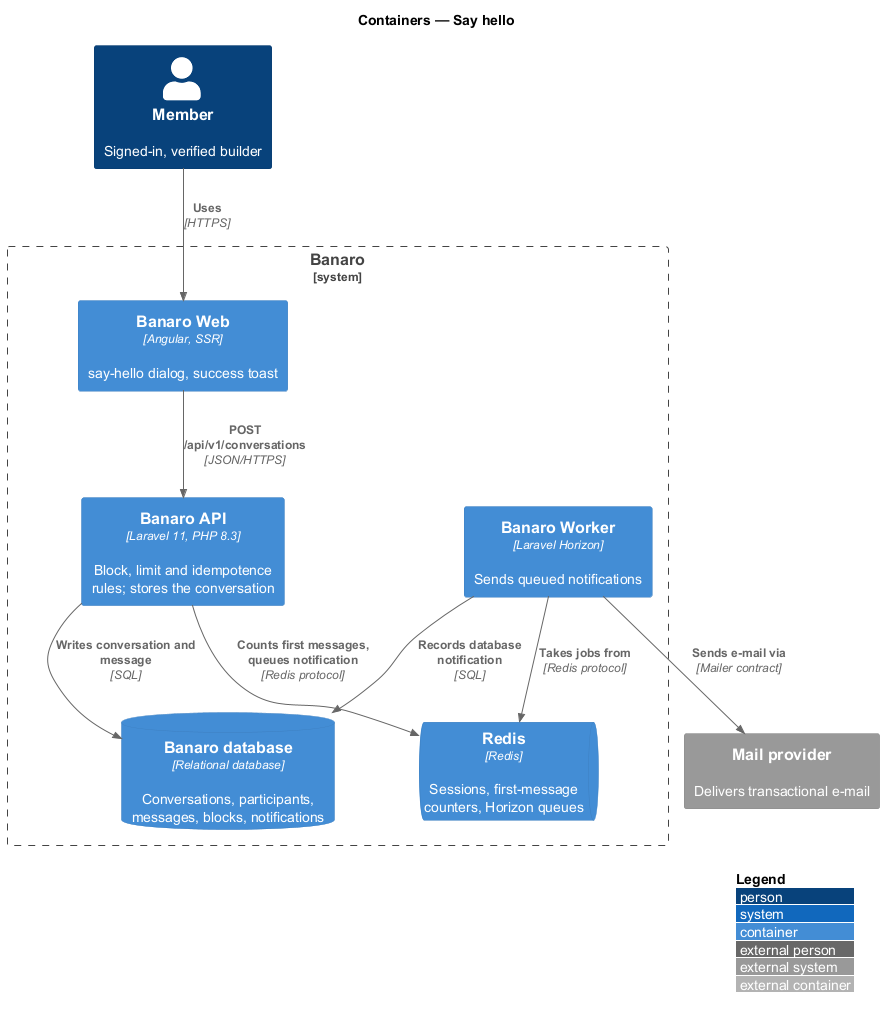
Above: docs/detailed-designs/messaging/say-hello/diagrams/c4-container.png in QuinntyneBrown/banaro (PlantUML), before the change.
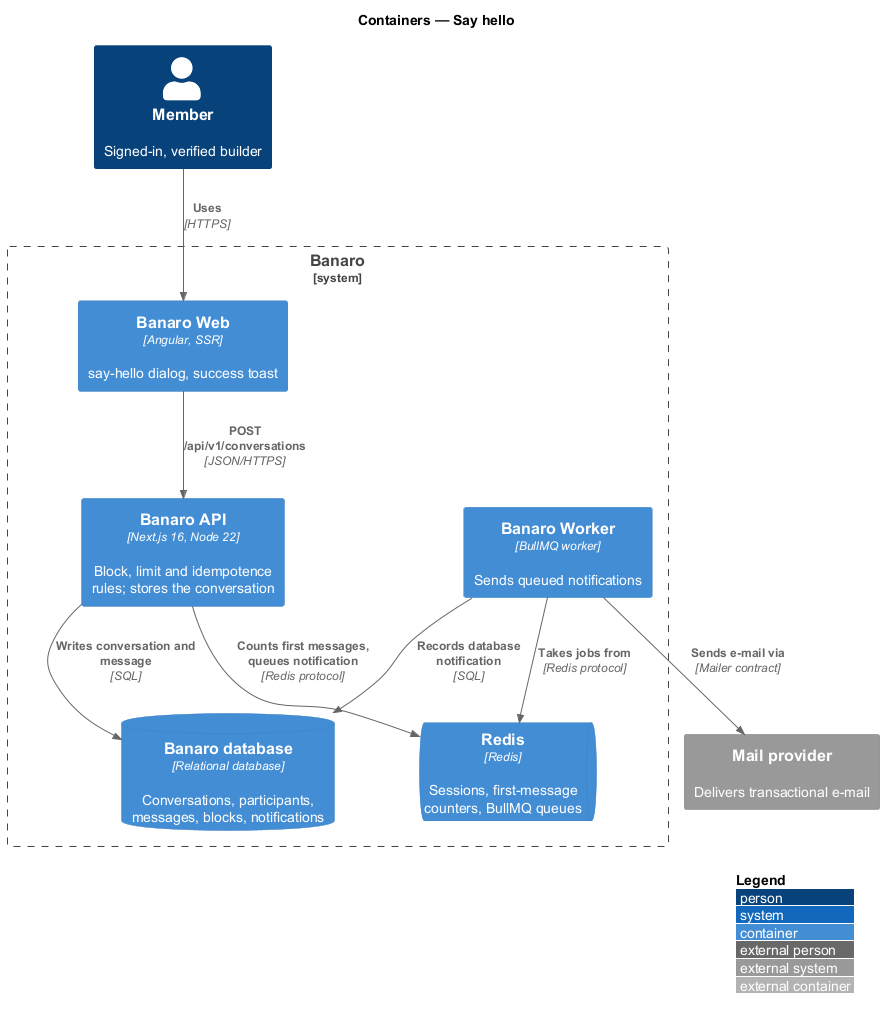
Later version of the same file.

Diff of the diagram source:
```diff
@@ -8,10 +8,10 @@
 
 System_Boundary(banaro, "Banaro") {
   Container(web, "Banaro Web", "Angular, SSR", "say-hello dialog, success toast")
-  Container(api, "Banaro API", "Laravel 11, PHP 8.3", "Block, limit and idempotence rules; stores the conversation")
-  Container(worker, "Banaro Worker", "Laravel Horizon", "Sends queued notifications")
+  Container(api, "Banaro API", "Next.js 16, Node 22", "Block, limit and idempotence rules; stores the conversation")
+  Container(worker, "Banaro Worker", "BullMQ worker", "Sends queued notifications")
   ContainerDb(db, "Banaro database", "Relational database", "Conversations, participants, messages, blocks, notifications")
-  ContainerQueue(redis, "Redis", "Redis", "Sessions, first-message counters, Horizon queues")
+  ContainerQueue(redis, "Redis", "Redis", "Sessions, first-message counters, BullMQ queues")
 }
 
 Rel(member, web, "Uses", "HTTPS")
```
